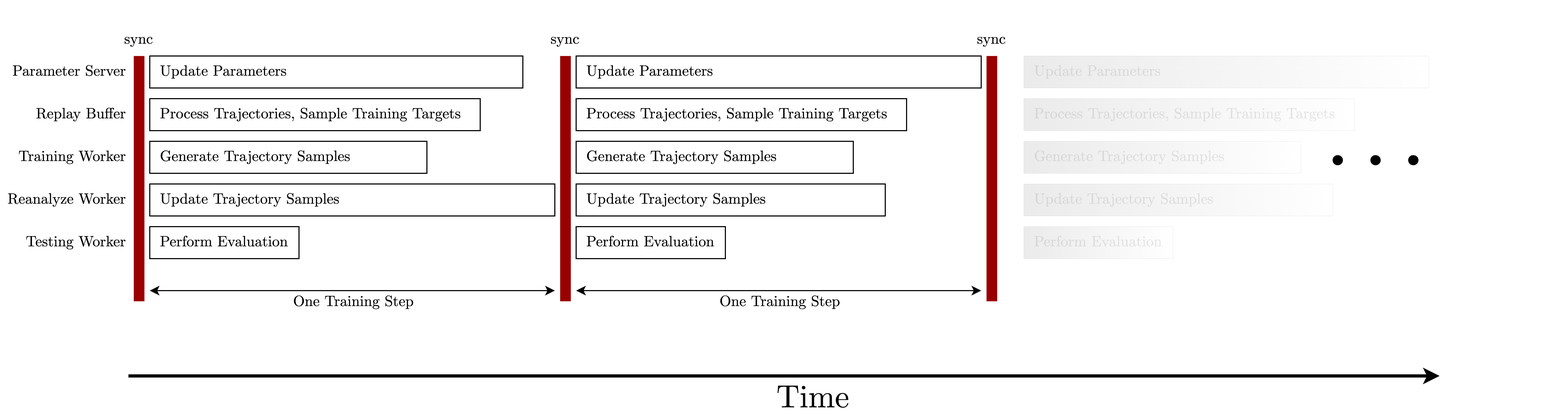
uduse/moozi-thesis keeps this draw.io diagram as assets/training_step.png. Above is the earlier version. Source tidied: cells renumbered, new cells last; positions are measured from the earlier drawing's top-left corner, leaving out a move shared by most shapes.
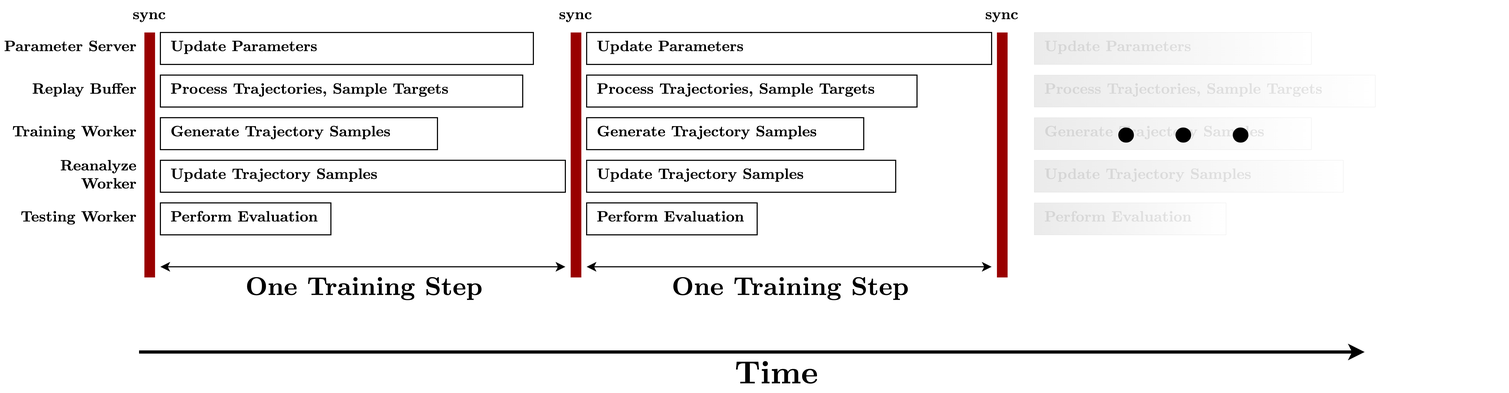
After the commit.

Change to the diagram source:
```diff
@@ -2,127 +2,127 @@
   <root>
     <mxCell id="0" />
     <mxCell id="1" parent="0" />
+    <mxCell id="27" value="Generate Trajectory Samples" style="whiteSpace=wrap;html=1;fontFamily=CMUSerif-Roman;fontSize=14;align=left;spacingLeft=8;shadow=0;rounded=0;gradientColor=#999999;labelBackgroundColor=none;textOpacity=10;opacity=20;strokeColor=default;gradientDirection=west;strokeWidth=0;fontStyle=1;" parent="1" vertex="1">
+      <mxGeometry x="960" y="110" width="260" height="30" as="geometry" />
+    </mxCell>
-    <mxCell id="2" value="Generate Trajectory Samples" style="whiteSpace=wrap;html=1;fontFamily=CMUSerif-Roman;fontSize=14;align=left;spacingLeft=8;" parent="1" vertex="1">
+    <mxCell id="2" value="Generate Trajectory Samples" style="whiteSpace=wrap;html=1;fontFamily=CMUSerif-Roman;fontSize=14;align=left;spacingLeft=8;fontStyle=1;" parent="1" vertex="1">
       <mxGeometry x="140" y="110" width="260" height="30" as="geometry" />
     </mxCell>
-    <mxCell id="3" value="Update Trajectory Samples" style="whiteSpace=wrap;html=1;fontFamily=CMUSerif-Roman;fontSize=14;align=left;spacingLeft=8;" parent="1" vertex="1">
+    <mxCell id="3" value="Update Trajectory Samples" style="whiteSpace=wrap;html=1;fontFamily=CMUSerif-Roman;fontSize=14;align=left;spacingLeft=8;fontStyle=1;" parent="1" vertex="1">
       <mxGeometry x="140" y="150" width="380" height="30" as="geometry" />
     </mxCell>
-    <mxCell id="4" value="Update Parameters" style="whiteSpace=wrap;html=1;fontFamily=CMUSerif-Roman;fontSize=14;align=left;spacingLeft=8;" parent="1" vertex="1">
+    <mxCell id="4" value="Update Parameters" style="whiteSpace=wrap;html=1;fontFamily=CMUSerif-Roman;fontSize=14;align=left;spacingLeft=8;fontStyle=1;" parent="1" vertex="1">
       <mxGeometry x="140" y="30" width="350" height="30" as="geometry" />
     </mxCell>
-    <mxCell id="5" value="Process Trajectories, Sample Training Targets" style="whiteSpace=wrap;html=1;fontFamily=CMUSerif-Roman;fontSize=14;align=left;spacingLeft=8;" parent="1" vertex="1">
-      <mxGeometry x="140" y="70" width="310" height="30" as="geometry" />
+    <mxCell id="5" value="Process Trajectories, Sample Targets" style="whiteSpace=wrap;html=1;fontFamily=CMUSerif-Roman;fontSize=14;align=left;spacingLeft=8;fontStyle=1;" parent="1" vertex="1">
+      <mxGeometry x="140" y="70" width="340" height="30" as="geometry" />
     </mxCell>
-    <mxCell id="6" value="Perform Evaluation" style="whiteSpace=wrap;html=1;fontFamily=CMUSerif-Roman;fontSize=14;align=left;spacingLeft=8;" parent="1" vertex="1">
-      <mxGeometry x="140" y="190" width="140" height="30" as="geometry" />
+    <mxCell id="6" value="Perform Evaluation" style="whiteSpace=wrap;html=1;fontFamily=CMUSerif-Roman;fontSize=14;align=left;spacingLeft=8;fontStyle=1;" parent="1" vertex="1">
+      <mxGeometry x="140" y="190" width="160" height="30" as="geometry" />
     </mxCell>
-    <mxCell id="7" style="endArrow=none;html=1;strokeWidth=10;fontFamily=CMUSerif-Roman;fontSize=14;align=left;fontColor=none;noLabel=1;labelBackgroundColor=none;strokeColor=#990000;" parent="1" edge="1">
+    <mxCell id="7" style="endArrow=none;html=1;strokeWidth=10;fontFamily=CMUSerif-Roman;fontSize=14;align=left;fontColor=none;noLabel=1;labelBackgroundColor=none;strokeColor=#990000;fontStyle=1;" parent="1" edge="1">
       <mxGeometry relative="1" as="geometry">
         <mxPoint x="130" y="260" as="sourcePoint" />
         <mxPoint x="130" y="30" as="targetPoint" />
       </mxGeometry>
     </mxCell>
-    <mxCell id="8" style="endArrow=none;html=1;strokeWidth=10;fontFamily=CMUSerif-Roman;fontSize=14;fontColor=none;noLabel=1;labelBackgroundColor=none;strokeColor=#990000;" parent="1" edge="1">
+    <mxCell id="8" style="endArrow=none;html=1;strokeWidth=10;fontFamily=CMUSerif-Roman;fontSize=14;fontColor=none;noLabel=1;labelBackgroundColor=none;strokeColor=#990000;fontStyle=1;" parent="1" edge="1">
       <mxGeometry relative="1" as="geometry">
         <mxPoint x="530" y="260" as="sourcePoint" />
         <mxPoint x="530" y="30" as="targetPoint" />
       </mxGeometry>
     </mxCell>
-    <mxCell id="9" value="Parameter Server" style="text;html=1;strokeColor=none;fillColor=none;align=right;verticalAlign=middle;whiteSpace=wrap;rounded=0;fontFamily=CMUSerif-Roman;fontSize=14;" parent="1" vertex="1">
-      <mxGeometry y="30" width="120" height="30" as="geometry" />
+    <mxCell id="9" value="Parameter Server" style="text;html=1;strokeColor=none;fillColor=none;align=right;verticalAlign=middle;whiteSpace=wrap;rounded=0;fontFamily=CMUSerif-Roman;fontSize=14;fontStyle=1;" parent="1" vertex="1">
+      <mxGeometry x="-10" y="30" width="130" height="30" as="geometry" />
     </mxCell>
-    <mxCell id="10" value="Replay Buffer" style="text;html=1;strokeColor=none;fillColor=none;align=right;verticalAlign=middle;whiteSpace=wrap;rounded=0;fontFamily=CMUSerif-Roman;fontSize=14;" parent="1" vertex="1">
+    <mxCell id="10" value="Replay Buffer" style="text;html=1;strokeColor=none;fillColor=none;align=right;verticalAlign=middle;whiteSpace=wrap;rounded=0;fontFamily=CMUSerif-Roman;fontSize=14;fontStyle=1;" parent="1" vertex="1">
       <mxGeometry y="70" width="120" height="30" as="geometry" />
     </mxCell>
-    <mxCell id="11" value="Training Worker" style="text;html=1;strokeColor=none;fillColor=none;align=right;verticalAlign=middle;whiteSpace=wrap;rounded=0;fontFamily=CMUSerif-Roman;fontSize=14;" parent="1" vertex="1">
+    <mxCell id="11" value="Training Worker" style="text;html=1;strokeColor=none;fillColor=none;align=right;verticalAlign=middle;whiteSpace=wrap;rounded=0;fontFamily=CMUSerif-Roman;fontSize=14;fontStyle=1;" parent="1" vertex="1">
       <mxGeometry y="110" width="120" height="30" as="geometry" />
     </mxCell>
-    <mxCell id="12" value="Testing Worker" style="text;html=1;strokeColor=none;fillColor=none;align=right;verticalAlign=middle;whiteSpace=wrap;rounded=0;fontFamily=CMUSerif-Roman;fontSize=14;" parent="1" vertex="1">
-      <mxGeometry x="20" y="190" width="100" height="30" as="geometry" />
+    <mxCell id="12" value="Testing Worker" style="text;html=1;strokeColor=none;fillColor=none;align=right;verticalAlign=middle;whiteSpace=wrap;rounded=0;fontFamily=CMUSerif-Roman;fontSize=14;fontStyle=1;" parent="1" vertex="1">
+      <mxGeometry x="-10" y="190" width="130" height="30" as="geometry" />
     </mxCell>
-    <mxCell id="13" style="endArrow=classic;startArrow=classic;html=1;rounded=1;sketch=0;fontFamily=CMUSerif-Roman;curved=0;fontSize=14;align=left;" parent="1" edge="1">
+    <mxCell id="13" style="endArrow=classic;startArrow=classic;html=1;rounded=1;sketch=0;fontFamily=CMUSerif-Roman;curved=0;fontSize=14;align=left;fontStyle=1;" parent="1" edge="1">
       <mxGeometry relative="1" as="geometry">
         <mxPoint x="140" y="250" as="sourcePoint" />
         <mxPoint x="520" y="250" as="targetPoint" />
       </mxGeometry>
     </mxCell>
-    <mxCell id="14" value="One Training Step" style="edgeLabel;html=1;align=center;verticalAlign=middle;fontFamily=CMUSerif-Roman;labelBackgroundColor=none;labelBorderColor=none;fontSize=14;" parent="13" vertex="1">
+    <mxCell id="14" value="One Training Step" style="edgeLabel;html=1;align=center;verticalAlign=middle;fontFamily=CMUSerif-Roman;labelBackgroundColor=none;labelBorderColor=none;fontSize=24;fontStyle=1;" parent="13" vertex="1">
       <mxGeometry x="0.09" y="-1" relative="1" as="geometry">
-        <mxPoint x="-17" y="9" as="offset" />
+        <mxPoint x="-17" y="19" as="offset" />
       </mxGeometry>
     </mxCell>
-    <mxCell id="15" value="Generate Trajectory Samples" style="whiteSpace=wrap;html=1;fontFamily=CMUSerif-Roman;fontSize=14;align=left;spacingLeft=8;" parent="1" vertex="1">
+    <mxCell id="15" value="Generate Trajectory Samples" style="whiteSpace=wrap;html=1;fontFamily=CMUSerif-Roman;fontSize=14;align=left;spacingLeft=8;fontStyle=1;" parent="1" vertex="1">
       <mxGeometry x="540" y="110" width="260" height="30" as="geometry" />
     </mxCell>
-    <mxCell id="16" value="Update&amp;nbsp;Trajectory Samples" style="whiteSpace=wrap;html=1;fontFamily=CMUSerif-Roman;fontSize=14;align=left;spacingLeft=8;" parent="1" vertex="1">
+    <mxCell id="16" value="Update&amp;nbsp;Trajectory Samples" style="whiteSpace=wrap;html=1;fontFamily=CMUSerif-Roman;fontSize=14;align=left;spacingLeft=8;fontStyle=1;" parent="1" vertex="1">
       <mxGeometry x="540" y="150" width="290" height="30" as="geometry" />
     </mxCell>
-    <mxCell id="17" value="Update Parameters" style="whiteSpace=wrap;html=1;fontFamily=CMUSerif-Roman;fontSize=14;align=left;spacingLeft=8;" parent="1" vertex="1">
+    <mxCell id="17" value="Update Parameters" style="whiteSpace=wrap;html=1;fontFamily=CMUSerif-Roman;fontSize=14;align=left;spacingLeft=8;fontStyle=1;" parent="1" vertex="1">
       <mxGeometry x="540" y="30" width="380" height="30" as="geometry" />
     </mxCell>
-    <mxCell id="18" value="Process Trajectories, Sample Training Targets" style="whiteSpace=wrap;html=1;fontFamily=CMUSerif-Roman;fontSize=14;align=left;spacingLeft=8;" parent="1" vertex="1">
+    <mxCell id="18" value="Process Trajectories, Sample Targets" style="whiteSpace=wrap;html=1;fontFamily=CMUSerif-Roman;fontSize=14;align=left;spacingLeft=8;fontStyle=1;" parent="1" vertex="1">
       <mxGeometry x="540" y="70" width="310" height="30" as="geometry" />
     </mxCell>
-    <mxCell id="19" value="Perform Evaluation" style="whiteSpace=wrap;html=1;fontFamily=CMUSerif-Roman;fontSize=14;align=left;spacingLeft=8;" parent="1" vertex="1">
-      <mxGeometry x="540" y="190" width="140" height="30" as="geometry" />
+    <mxCell id="19" value="Perform Evaluation" style="whiteSpace=wrap;html=1;fontFamily=CMUSerif-Roman;fontSize=14;align=left;spacingLeft=8;fontStyle=1;" parent="1" vertex="1">
+      <mxGeometry x="540" y="190" width="160" height="30" as="geometry" />
     </mxCell>
-    <mxCell id="20" style="endArrow=none;html=1;strokeWidth=10;fontFamily=CMUSerif-Roman;fontSize=14;align=left;fontColor=none;noLabel=1;labelBackgroundColor=none;strokeColor=#990000;" parent="1" edge="1">
+    <mxCell id="20" style="endArrow=none;html=1;strokeWidth=10;fontFamily=CMUSerif-Roman;fontSize=14;align=left;fontColor=none;noLabel=1;labelBackgroundColor=none;strokeColor=#990000;fontStyle=1;" parent="1" edge="1">
       <mxGeometry relative="1" as="geometry">
         <mxPoint x="930" y="260" as="sourcePoint" />
         <mxPoint x="930" y="30" as="targetPoint" />
       </mxGeometry>
     </mxCell>
-    <mxCell id="21" style="endArrow=classic;startArrow=classic;html=1;rounded=1;sketch=0;fontFamily=CMUSerif-Roman;curved=0;fontSize=14;align=left;" parent="1" edge="1">
+    <mxCell id="21" style="endArrow=classic;startArrow=classic;html=1;rounded=1;sketch=0;fontFamily=CMUSerif-Roman;curved=0;fontSize=14;align=left;fontStyle=1;" parent="1" edge="1">
       <mxGeometry relative="1" as="geometry">
         <mxPoint x="540" y="250" as="sourcePoint" />
         <mxPoint x="920" y="250" as="targetPoint" />
       </mxGeometry>
     </mxCell>
-    <mxCell id="22" value="One Training Step" style="edgeLabel;html=1;align=center;verticalAlign=middle;fontFamily=CMUSerif-Roman;labelBackgroundColor=none;labelBorderColor=none;fontSize=14;" parent="21" vertex="1">
+    <mxCell id="22" value="One Training Step" style="edgeLabel;html=1;align=center;verticalAlign=middle;fontFamily=CMUSerif-Roman;labelBackgroundColor=none;labelBorderColor=none;fontSize=24;fontStyle=1;" parent="21" vertex="1">
       <mxGeometry x="0.09" y="-1" relative="1" as="geometry">
-        <mxPoint x="-17" y="9" as="offset" />
+        <mxPoint x="-17" y="19" as="offset" />
       </mxGeometry>
     </mxCell>
-    <mxCell id="23" value="Reanalyze Worker" style="text;html=1;strokeColor=none;fillColor=none;align=right;verticalAlign=middle;whiteSpace=wrap;rounded=0;fontFamily=CMUSerif-Roman;fontSize=14;" parent="1" vertex="1">
+    <mxCell id="23" value="Reanalyze Worker" style="text;html=1;strokeColor=none;fillColor=none;align=right;verticalAlign=middle;whiteSpace=wrap;rounded=0;fontFamily=CMUSerif-Roman;fontSize=14;fontStyle=1;" parent="1" vertex="1">
       <mxGeometry y="150" width="120" height="30" as="geometry" />
     </mxCell>
-    <mxCell id="24" style="endArrow=classic;startArrow=none;html=1;rounded=1;sketch=0;fontFamily=CMUSerif-Roman;curved=0;fontSize=18;align=left;startFill=0;strokeWidth=3;" parent="1" edge="1">
+    <mxCell id="24" style="endArrow=classic;startArrow=none;html=1;rounded=1;sketch=0;fontFamily=CMUSerif-Roman;curved=0;fontSize=14;align=left;startFill=0;strokeWidth=3;fontStyle=1;" parent="1" edge="1">
       <mxGeometry relative="1" as="geometry">
         <mxPoint x="120" y="330" as="sourcePoint" />
-        <mxPoint x="1350" y="330" as="targetPoint" />
+        <mxPoint x="1270" y="330" as="targetPoint" />
       </mxGeometry>
     </mxCell>
-    <mxCell id="25" value="Time" style="edgeLabel;html=1;align=center;verticalAlign=middle;fontFamily=CMUSerif-Roman;labelBackgroundColor=none;labelBorderColor=none;fontSize=30;" parent="24" vertex="1">
+    <mxCell id="25" value="Time" style="edgeLabel;html=1;align=center;verticalAlign=middle;fontFamily=CMUSerif-Roman;labelBackgroundColor=none;labelBorderColor=none;fontSize=30;fontStyle=1;" parent="24" vertex="1">
       <mxGeometry x="0.09" y="-1" relative="1" as="geometry">
         <mxPoint x="-29" y="19" as="offset" />
       </mxGeometry>
     </mxCell>
-    <mxCell id="26" value="$$\dots$$" style="text;html=1;align=center;verticalAlign=middle;strokeColor=none;fillColor=none;fontSize=80;fontFamily=CMUSerif-Roman;" parent="1" vertex="1">
-      <mxGeometry x="1110" y="60" width="360" height="100" as="geometry" />
+    <mxCell id="26" value="$$\dots$$" style="text;html=1;align=center;verticalAlign=middle;strokeColor=none;fillColor=none;fontSize=120;fontFamily=CMUSerif-Roman;fontStyle=1;" parent="1" vertex="1">
+      <mxGeometry x="795" y="25" width="610" height="150" as="geometry" />
     </mxCell>
-    <mxCell id="27" value="Generate Trajectory Samples" style="whiteSpace=wrap;html=1;fontFamily=CMUSerif-Roman;fontSize=14;align=left;spacingLeft=8;shadow=0;rounded=0;gradientColor=#999999;labelBackgroundColor=none;textOpacity=10;opacity=20;strokeColor=default;gradientDirection=west;strokeWidth=0;" parent="1" vertex="1">
-      <mxGeometry x="960" y="110" width="260" height="30" as="geometry" />
-    </mxCell>
-    <mxCell id="28" value="Update&amp;nbsp;Trajectory Samples" style="whiteSpace=wrap;html=1;fontFamily=CMUSerif-Roman;fontSize=14;align=left;spacingLeft=8;shadow=0;rounded=0;gradientColor=#999999;labelBackgroundColor=none;textOpacity=10;opacity=20;strokeColor=default;gradientDirection=west;strokeWidth=0;" parent="1" vertex="1">
+    <mxCell id="28" value="Update&amp;nbsp;Trajectory Samples" style="whiteSpace=wrap;html=1;fontFamily=CMUSerif-Roman;fontSize=14;align=left;spacingLeft=8;shadow=0;rounded=0;gradientColor=#999999;labelBackgroundColor=none;textOpacity=10;opacity=20;strokeColor=default;gradientDirection=west;strokeWidth=0;fontStyle=1;" parent="1" vertex="1">
       <mxGeometry x="960" y="150" width="290" height="30" as="geometry" />
     </mxCell>
-    <mxCell id="29" value="Update Parameters" style="whiteSpace=wrap;html=1;fontFamily=CMUSerif-Roman;fontSize=14;align=left;spacingLeft=8;shadow=0;rounded=0;gradientColor=#999999;labelBackgroundColor=none;textOpacity=10;opacity=20;strokeColor=default;gradientDirection=west;strokeWidth=0;" parent="1" vertex="1">
-      <mxGeometry x="960" y="30" width="380" height="30" as="geometry" />
+    <mxCell id="29" value="Update Parameters" style="whiteSpace=wrap;html=1;fontFamily=CMUSerif-Roman;fontSize=14;align=left;spacingLeft=8;shadow=0;rounded=0;gradientColor=#999999;labelBackgroundColor=none;textOpacity=10;opacity=20;strokeColor=default;gradientDirection=west;strokeWidth=0;fontStyle=1;" parent="1" vertex="1">
+      <mxGeometry x="960" y="30" width="260" height="30" as="geometry" />
     </mxCell>
-    <mxCell id="30" value="Process Trajectories, Sample Training Targets" style="whiteSpace=wrap;html=1;fontFamily=CMUSerif-Roman;fontSize=14;align=left;spacingLeft=8;shadow=0;rounded=0;gradientColor=#999999;labelBackgroundColor=none;textOpacity=10;opacity=20;strokeColor=default;gradientDirection=west;strokeWidth=0;" parent="1" vertex="1">
-      <mxGeometry x="960" y="70" width="310" height="30" as="geometry" />
+    <mxCell id="30" value="Process Trajectories, Sample Targets" style="whiteSpace=wrap;html=1;fontFamily=CMUSerif-Roman;fontSize=14;align=left;spacingLeft=8;shadow=0;rounded=0;gradientColor=#999999;labelBackgroundColor=none;textOpacity=10;opacity=20;strokeColor=default;gradientDirection=west;strokeWidth=0;fontStyle=1;" parent="1" vertex="1">
+      <mxGeometry x="960" y="70" width="320" height="30" as="geometry" />
     </mxCell>
-    <mxCell id="31" value="Perform Evaluation" style="whiteSpace=wrap;html=1;fontFamily=CMUSerif-Roman;fontSize=14;align=left;spacingLeft=8;shadow=0;rounded=0;gradientColor=#999999;labelBackgroundColor=none;textOpacity=10;opacity=20;strokeColor=default;gradientDirection=west;strokeWidth=0;" parent="1" vertex="1">
-      <mxGeometry x="960" y="190" width="140" height="30" as="geometry" />
+    <mxCell id="31" value="Perform Evaluation" style="whiteSpace=wrap;html=1;fontFamily=CMUSerif-Roman;fontSize=14;align=left;spacingLeft=8;shadow=0;rounded=0;gradientColor=#999999;labelBackgroundColor=none;textOpacity=10;opacity=20;strokeColor=default;gradientDirection=west;strokeWidth=0;fontStyle=1;" parent="1" vertex="1">
+      <mxGeometry x="960" y="190" width="180" height="30" as="geometry" />
     </mxCell>
-    <mxCell id="32" value="sync" style="text;html=1;strokeColor=none;fillColor=none;align=center;verticalAlign=middle;whiteSpace=wrap;rounded=0;fontFamily=CMUSerif-Roman;fontSize=14;" parent="1" vertex="1">
+    <mxCell id="32" value="sync" style="text;html=1;strokeColor=none;fillColor=none;align=center;verticalAlign=middle;whiteSpace=wrap;rounded=0;fontFamily=CMUSerif-Roman;fontSize=14;fontStyle=1;" parent="1" vertex="1">
       <mxGeometry x="110" width="40" height="30" as="geometry" />
     </mxCell>
-    <mxCell id="33" value="sync" style="text;html=1;strokeColor=none;fillColor=none;align=center;verticalAlign=middle;whiteSpace=wrap;rounded=0;fontFamily=CMUSerif-Roman;fontSize=14;" parent="1" vertex="1">
+    <mxCell id="33" value="sync" style="text;html=1;strokeColor=none;fillColor=none;align=center;verticalAlign=middle;whiteSpace=wrap;rounded=0;fontFamily=CMUSerif-Roman;fontSize=14;fontStyle=1;" parent="1" vertex="1">
       <mxGeometry x="510" width="40" height="30" as="geometry" />
     </mxCell>
-    <mxCell id="34" value="sync" style="text;html=1;strokeColor=none;fillColor=none;align=center;verticalAlign=middle;whiteSpace=wrap;rounded=0;fontFamily=CMUSerif-Roman;fontSize=14;" parent="1" vertex="1">
+    <mxCell id="34" value="sync" style="text;html=1;strokeColor=none;fillColor=none;align=center;verticalAlign=middle;whiteSpace=wrap;rounded=0;fontFamily=CMUSerif-Roman;fontSize=14;fontStyle=1;" parent="1" vertex="1">
       <mxGeometry x="910" width="40" height="30" as="geometry" />
     </mxCell>
   </root>
```
